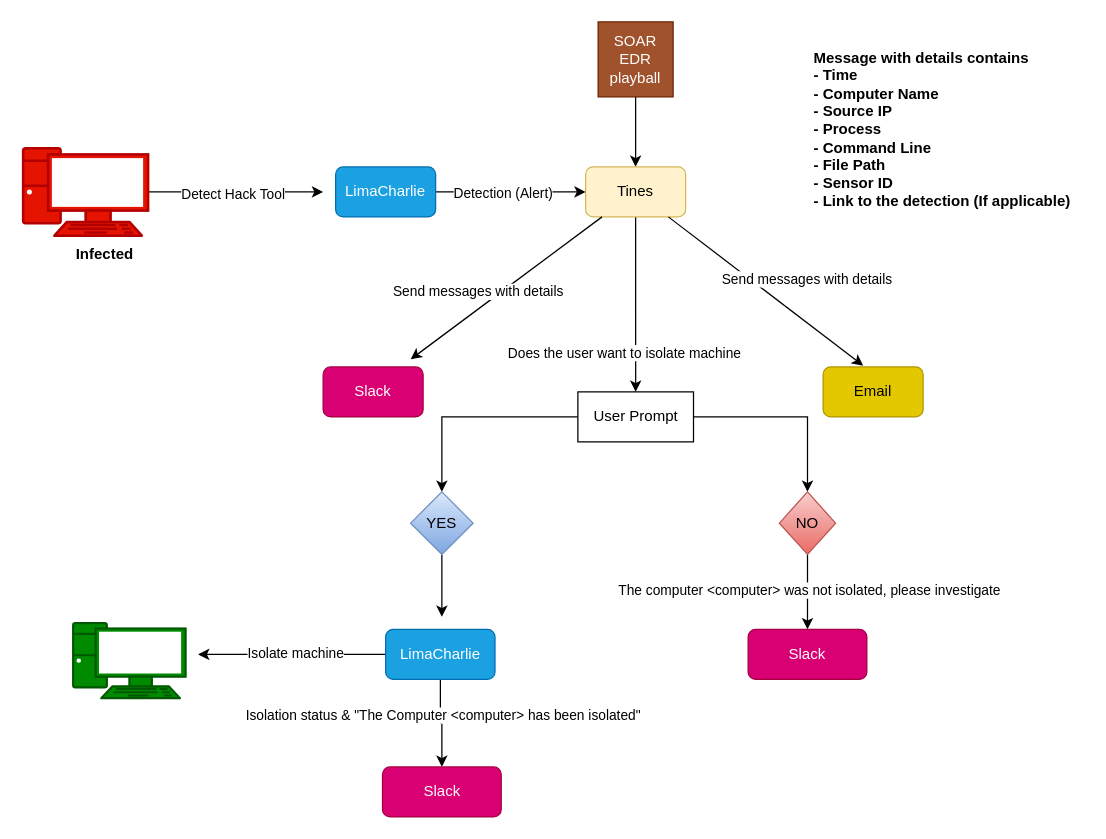
Earlier version of the draw.io diagram Untitled Diagram.drawio (viponpoint/SOAR-EDR-Project). Source tidied: cells renumbered, new cells numbered last; positions are measured from the earlier drawing's top-left corner, leaving out a move shared by most shapes. Both pictures are drawn from the tidied source at 125%, with x=0, y=0 at pixel (22, 21).
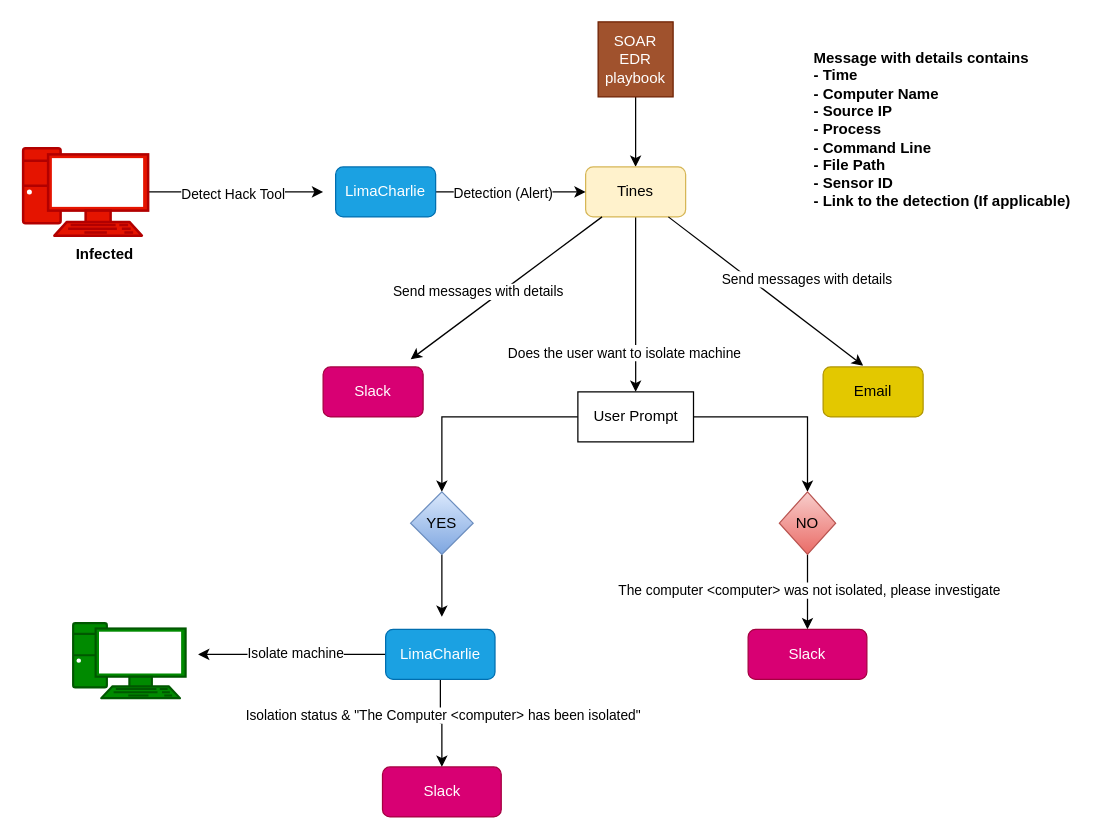
After the change.

The edit, as a diff of the source:
```diff
@@
-    <mxCell id="3" value="SOAR EDR playball" style="whiteSpace=wrap;html=1;fillColor=#a0522d;fontColor=#ffffff;strokeColor=#6D1F00;" parent="1" vertex="1">
+    <mxCell id="3" value="SOAR EDR playbook" style="whiteSpace=wrap;html=1;fillColor=#a0522d;fontColor=#ffffff;strokeColor=#6D1F00;" parent="1" vertex="1">
       <mxGeometry x="460" width="60" height="60" as="geometry" />
     </mxCell>
```
